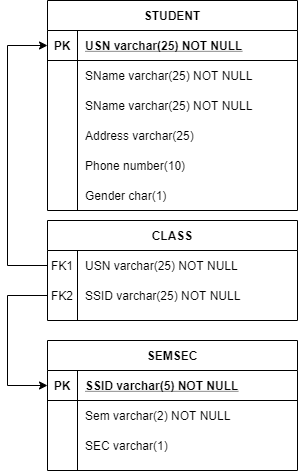
Before: CollageDatabase.png, a diagram exported from draw.io (akshit4/ER-Diagram). Source tidied: cells renumbered, new cells last; positions are measured from the earlier drawing's top-left corner, leaving out a move shared by most shapes.
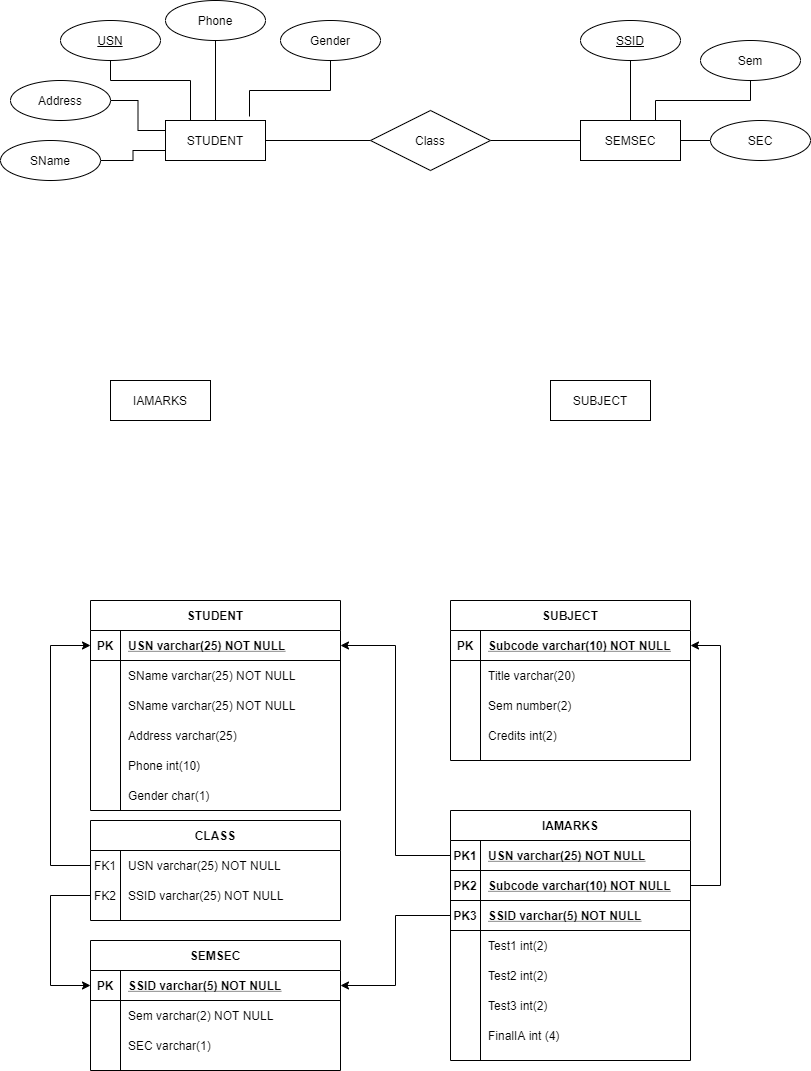
The same diagram one commit later.

What changed in the source:
```diff
@@ -98,7 +98,7 @@
     <mxCell id="33" style="shape=partialRectangle;overflow=hidden;fillColor=none;top=0;left=0;bottom=0;right=0;" parent="32" vertex="1">
       <mxGeometry width="30" height="30" as="geometry" />
     </mxCell>
-    <mxCell id="34" value="Phone number(10)" style="shape=partialRectangle;overflow=hidden;fillColor=none;top=0;left=0;bottom=0;right=0;align=left;spacingLeft=6;" parent="32" vertex="1">
+    <mxCell id="34" value="Phone int(10)" style="shape=partialRectangle;overflow=hidden;fillColor=none;top=0;left=0;bottom=0;right=0;align=left;spacingLeft=6;" parent="32" vertex="1">
       <mxGeometry x="30" width="220" height="30" as="geometry" />
     </mxCell>
     <mxCell id="35" style="shape=partialRectangle;fillColor=none;top=0;left=0;right=0;bottom=0;" parent="19" vertex="1">
@@ -126,5 +126,203 @@
         </Array>
       </mxGeometry>
     </mxCell>
+    <mxCell id="40" value="SUBJECT" style="shape=table;startSize=30;rowLines=0;fontStyle=1;align=center;" parent="1" vertex="1">
+      <mxGeometry x="400" width="240" height="160" as="geometry" />
+    </mxCell>
+    <mxCell id="41" style="shape=partialRectangle;fillColor=none;top=0;left=0;bottom=1;right=0;points=[[0,0.5],[1,0.5]];portConstraint=eastwest;" parent="40" vertex="1">
+      <mxGeometry y="30" width="240" height="30" as="geometry" />
+    </mxCell>
+    <mxCell id="42" value="PK" style="shape=partialRectangle;fillColor=none;top=0;left=0;bottom=0;right=0;fontStyle=1;overflow=hidden;" parent="41" vertex="1">
+      <mxGeometry width="30" height="30" as="geometry" />
+    </mxCell>
+    <mxCell id="43" value="Subcode varchar(10) NOT NULL" style="shape=partialRectangle;fillColor=none;top=0;left=0;bottom=0;right=0;align=left;spacingLeft=6;fontStyle=5;overflow=hidden;" parent="41" vertex="1">
+      <mxGeometry x="30" width="210" height="30" as="geometry" />
+    </mxCell>
+    <mxCell id="44" style="shape=partialRectangle;fillColor=none;top=0;left=0;bottom=0;right=0;" parent="40" vertex="1">
+      <mxGeometry y="60" width="240" height="30" as="geometry" />
+    </mxCell>
+    <mxCell id="45" style="shape=partialRectangle;fillColor=none;top=0;left=0;bottom=0;right=0;overflow=hidden;" parent="44" vertex="1">
+      <mxGeometry width="30" height="30" as="geometry" />
+    </mxCell>
+    <mxCell id="46" value="Title varchar(20)" style="shape=partialRectangle;fillColor=none;top=0;left=0;bottom=0;right=0;align=left;spacingLeft=6;overflow=hidden;" parent="44" vertex="1">
+      <mxGeometry x="30" width="210" height="30" as="geometry" />
+    </mxCell>
+    <mxCell id="47" style="shape=partialRectangle;fillColor=none;top=0;left=0;bottom=0;right=0;" parent="40" vertex="1">
+      <mxGeometry y="90" width="240" height="30" as="geometry" />
+    </mxCell>
+    <mxCell id="48" style="shape=partialRectangle;fillColor=none;top=0;left=0;bottom=0;right=0;overflow=hidden;" parent="47" vertex="1">
+      <mxGeometry width="30" height="30" as="geometry" />
+    </mxCell>
+    <mxCell id="49" value="Sem number(2)" style="shape=partialRectangle;fillColor=none;top=0;left=0;bottom=0;right=0;align=left;spacingLeft=6;overflow=hidden;" parent="47" vertex="1">
+      <mxGeometry x="30" width="210" height="30" as="geometry" />
+    </mxCell>
+    <mxCell id="50" style="shape=partialRectangle;fillColor=none;top=0;left=0;bottom=0;right=0;" parent="40" vertex="1">
+      <mxGeometry y="120" width="240" height="30" as="geometry" />
+    </mxCell>
+    <mxCell id="51" style="shape=partialRectangle;fillColor=none;top=0;left=0;bottom=0;right=0;overflow=hidden;" parent="50" vertex="1">
+      <mxGeometry width="30" height="30" as="geometry" />
+    </mxCell>
+    <mxCell id="52" value="Credits int(2)" style="shape=partialRectangle;fillColor=none;top=0;left=0;bottom=0;right=0;align=left;spacingLeft=6;overflow=hidden;" parent="50" vertex="1">
+      <mxGeometry x="30" width="210" height="30" as="geometry" />
+    </mxCell>
+    <mxCell id="53" value="IAMARKS" style="shape=table;startSize=30;rowLines=0;fontStyle=1;align=center;" parent="1" vertex="1">
+      <mxGeometry x="400" y="210" width="240" height="250" as="geometry" />
+    </mxCell>
+    <mxCell id="54" style="shape=partialRectangle;fillColor=none;top=0;left=0;bottom=1;right=0;points=[[0,0.5],[1,0.5]];portConstraint=eastwest;" parent="53" vertex="1">
+      <mxGeometry y="30" width="240" height="30" as="geometry" />
+    </mxCell>
+    <mxCell id="55" value="PK1" style="shape=partialRectangle;fillColor=none;top=0;left=0;bottom=0;right=0;fontStyle=1;overflow=hidden;" parent="54" vertex="1">
+      <mxGeometry width="30" height="30" as="geometry" />
+    </mxCell>
+    <mxCell id="56" value="USN varchar(25) NOT NULL" style="shape=partialRectangle;fillColor=none;top=0;left=0;bottom=0;right=0;align=left;spacingLeft=6;fontStyle=5;overflow=hidden;" parent="54" vertex="1">
+      <mxGeometry x="30" width="210" height="30" as="geometry" />
+    </mxCell>
+    <mxCell id="57" style="shape=partialRectangle;fillColor=none;top=0;left=0;bottom=1;right=0;points=[[0,0.5],[1,0.5]];portConstraint=eastwest;" parent="53" vertex="1">
+      <mxGeometry y="60" width="240" height="30" as="geometry" />
+    </mxCell>
+    <mxCell id="58" value="PK2" style="shape=partialRectangle;fillColor=none;top=0;left=0;bottom=0;right=0;fontStyle=1;overflow=hidden;" parent="57" vertex="1">
+      <mxGeometry width="30" height="30" as="geometry" />
+    </mxCell>
+    <mxCell id="59" value="Subcode varchar(10) NOT NULL" style="shape=partialRectangle;fillColor=none;top=0;left=0;bottom=0;right=0;align=left;spacingLeft=6;fontStyle=5;overflow=hidden;" parent="57" vertex="1">
+      <mxGeometry x="30" width="210" height="30" as="geometry" />
+    </mxCell>
+    <mxCell id="60" style="shape=partialRectangle;fillColor=none;top=0;left=0;bottom=1;right=0;points=[[0,0.5],[1,0.5]];portConstraint=eastwest;" parent="53" vertex="1">
+      <mxGeometry y="90" width="240" height="30" as="geometry" />
+    </mxCell>
+    <mxCell id="61" value="PK3" style="shape=partialRectangle;fillColor=none;top=0;left=0;bottom=0;right=0;fontStyle=1;overflow=hidden;" parent="60" vertex="1">
+      <mxGeometry width="30" height="30" as="geometry" />
+    </mxCell>
+    <mxCell id="62" value="SSID varchar(5) NOT NULL" style="shape=partialRectangle;fillColor=none;top=0;left=0;bottom=0;right=0;align=left;spacingLeft=6;fontStyle=5;overflow=hidden;" parent="60" vertex="1">
+      <mxGeometry x="30" width="210" height="30" as="geometry" />
+    </mxCell>
+    <mxCell id="63" style="shape=partialRectangle;fillColor=none;top=0;left=0;bottom=0;right=0;" parent="53" vertex="1">
+      <mxGeometry y="120" width="240" height="30" as="geometry" />
+    </mxCell>
+    <mxCell id="64" style="shape=partialRectangle;fillColor=none;top=0;left=0;bottom=0;right=0;overflow=hidden;" parent="63" vertex="1">
+      <mxGeometry width="30" height="30" as="geometry" />
+    </mxCell>
+    <mxCell id="65" value="Test1 int(2)" style="shape=partialRectangle;fillColor=none;top=0;left=0;bottom=0;right=0;align=left;spacingLeft=6;overflow=hidden;" parent="63" vertex="1">
+      <mxGeometry x="30" width="210" height="30" as="geometry" />
+    </mxCell>
+    <mxCell id="66" style="shape=partialRectangle;fillColor=none;top=0;left=0;bottom=0;right=0;" parent="53" vertex="1">
+      <mxGeometry y="150" width="240" height="30" as="geometry" />
+    </mxCell>
+    <mxCell id="67" style="shape=partialRectangle;fillColor=none;top=0;left=0;bottom=0;right=0;overflow=hidden;" parent="66" vertex="1">
+      <mxGeometry width="30" height="30" as="geometry" />
+    </mxCell>
+    <mxCell id="68" value="Test2 int(2)" style="shape=partialRectangle;fillColor=none;top=0;left=0;bottom=0;right=0;align=left;spacingLeft=6;overflow=hidden;" parent="66" vertex="1">
+      <mxGeometry x="30" width="210" height="30" as="geometry" />
+    </mxCell>
+    <mxCell id="69" style="shape=partialRectangle;fillColor=none;top=0;left=0;bottom=0;right=0;" parent="53" vertex="1">
+      <mxGeometry y="180" width="240" height="30" as="geometry" />
+    </mxCell>
+    <mxCell id="70" style="shape=partialRectangle;fillColor=none;top=0;left=0;bottom=0;right=0;overflow=hidden;" parent="69" vertex="1">
+      <mxGeometry width="30" height="30" as="geometry" />
+    </mxCell>
+    <mxCell id="71" value="Test3 int(2)" style="shape=partialRectangle;fillColor=none;top=0;left=0;bottom=0;right=0;align=left;spacingLeft=6;overflow=hidden;" parent="69" vertex="1">
+      <mxGeometry x="30" width="210" height="30" as="geometry" />
+    </mxCell>
+    <mxCell id="72" style="shape=partialRectangle;fillColor=none;top=0;left=0;bottom=0;right=0;" parent="53" vertex="1">
+      <mxGeometry y="210" width="240" height="30" as="geometry" />
+    </mxCell>
+    <mxCell id="73" style="shape=partialRectangle;fillColor=none;top=0;left=0;bottom=0;right=0;overflow=hidden;" parent="72" vertex="1">
+      <mxGeometry width="30" height="30" as="geometry" />
+    </mxCell>
+    <mxCell id="74" value="FinalIA int (4)" style="shape=partialRectangle;fillColor=none;top=0;left=0;bottom=0;right=0;align=left;spacingLeft=6;overflow=hidden;" parent="72" vertex="1">
+      <mxGeometry x="30" width="210" height="30" as="geometry" />
+    </mxCell>
+    <mxCell id="75" style="edgeStyle=orthogonalEdgeStyle;rounded=0;jettySize=auto;html=1;exitX=0;exitY=0.5;exitDx=0;exitDy=0;entryX=1;entryY=0.5;entryDx=0;entryDy=0;" parent="1" edge="1" source="54" target="20">
+      <mxGeometry relative="1" as="geometry" />
+    </mxCell>
+    <mxCell id="76" style="edgeStyle=orthogonalEdgeStyle;rounded=0;jettySize=auto;html=1;exitX=1;exitY=0.5;exitDx=0;exitDy=0;entryX=1;entryY=0.5;entryDx=0;entryDy=0;" parent="1" edge="1" source="57" target="41">
+      <mxGeometry relative="1" as="geometry">
+        <Array as="points">
+          <mxPoint x="670" y="285" />
+          <mxPoint x="670" y="45" />
+        </Array>
+      </mxGeometry>
+    </mxCell>
+    <mxCell id="77" style="edgeStyle=orthogonalEdgeStyle;rounded=0;jettySize=auto;html=1;exitX=0;exitY=0.5;exitDx=0;exitDy=0;" parent="1" edge="1" source="60" target="3">
+      <mxGeometry relative="1" as="geometry" />
+    </mxCell>
+    <mxCell id="78" style="edgeStyle=orthogonalEdgeStyle;jettySize=auto;html=1;exitX=0;exitY=0.75;exitDx=0;exitDy=0;rounded=0;startArrow=none;startFill=0;endArrow=none;endFill=0;" parent="1" edge="1" source="80" target="93">
+      <mxGeometry relative="1" as="geometry" />
+    </mxCell>
+    <mxCell id="79" style="edgeStyle=orthogonalEdgeStyle;rounded=0;jettySize=auto;html=1;exitX=1;exitY=0.5;exitDx=0;exitDy=0;startArrow=none;startFill=0;endArrow=none;endFill=0;" parent="1" edge="1" source="80" target="100">
+      <mxGeometry relative="1" as="geometry" />
+    </mxCell>
+    <mxCell id="80" value="STUDENT" style="whiteSpace=wrap;html=1;align=center;" parent="1" vertex="1">
+      <mxGeometry x="115" y="-480" width="100" height="40" as="geometry" />
+    </mxCell>
+    <mxCell id="81" value="IAMARKS" style="whiteSpace=wrap;html=1;align=center;" parent="1" vertex="1">
+      <mxGeometry x="60" y="-220" width="100" height="40" as="geometry" />
+    </mxCell>
+    <mxCell id="82" style="edgeStyle=orthogonalEdgeStyle;rounded=0;jettySize=auto;html=1;exitX=1;exitY=0.5;exitDx=0;exitDy=0;startArrow=none;startFill=0;endArrow=none;endFill=0;" parent="1" edge="1" source="83" target="96">
+      <mxGeometry relative="1" as="geometry" />
+    </mxCell>
+    <mxCell id="83" value="SEMSEC" style="whiteSpace=wrap;html=1;align=center;" parent="1" vertex="1">
+      <mxGeometry x="530" y="-480" width="100" height="40" as="geometry" />
+    </mxCell>
+    <mxCell id="84" value="SUBJECT" style="whiteSpace=wrap;html=1;align=center;" parent="1" vertex="1">
+      <mxGeometry x="500" y="-220" width="100" height="40" as="geometry" />
+    </mxCell>
+    <mxCell id="85" style="edgeStyle=orthogonalEdgeStyle;rounded=0;jettySize=auto;html=1;exitX=1;exitY=0.5;exitDx=0;exitDy=0;entryX=0;entryY=0.25;entryDx=0;entryDy=0;startArrow=none;startFill=0;endArrow=none;endFill=0;" parent="1" edge="1" source="86" target="80">
+      <mxGeometry relative="1" as="geometry" />
+    </mxCell>
+    <mxCell id="86" value="Address" style="ellipse;whiteSpace=wrap;html=1;align=center;" parent="1" vertex="1">
+      <mxGeometry x="-40" y="-520" width="100" height="40" as="geometry" />
+    </mxCell>
+    <mxCell id="87" style="edgeStyle=orthogonalEdgeStyle;rounded=0;jettySize=auto;html=1;exitX=0.5;exitY=1;exitDx=0;exitDy=0;entryX=0.25;entryY=0;entryDx=0;entryDy=0;startArrow=none;startFill=0;endArrow=none;endFill=0;" parent="1" edge="1" source="88" target="80">
+      <mxGeometry relative="1" as="geometry">
+        <Array as="points">
+          <mxPoint x="60" y="-520" />
+          <mxPoint x="140" y="-520" />
+        </Array>
+      </mxGeometry>
+    </mxCell>
+    <mxCell id="88" value="USN" style="ellipse;whiteSpace=wrap;html=1;align=center;fontStyle=4;" parent="1" vertex="1">
+      <mxGeometry x="10" y="-580" width="100" height="40" as="geometry" />
+    </mxCell>
+    <mxCell id="89" style="edgeStyle=orthogonalEdgeStyle;rounded=0;jettySize=auto;html=1;exitX=0.5;exitY=1;exitDx=0;exitDy=0;startArrow=none;startFill=0;endArrow=none;endFill=0;entryX=0.5;entryY=0;entryDx=0;entryDy=0;" parent="1" edge="1" source="90" target="80">
+      <mxGeometry relative="1" as="geometry" />
+    </mxCell>
+    <mxCell id="90" value="Phone" style="ellipse;whiteSpace=wrap;html=1;align=center;" parent="1" vertex="1">
+      <mxGeometry x="115" y="-600" width="100" height="40" as="geometry" />
+    </mxCell>
+    <mxCell id="91" style="edgeStyle=orthogonalEdgeStyle;rounded=0;jettySize=auto;html=1;exitX=0.5;exitY=1;exitDx=0;exitDy=0;entryX=0.5;entryY=0;entryDx=0;entryDy=0;startArrow=none;startFill=0;endArrow=none;endFill=0;" parent="1" edge="1" source="92" target="83">
+      <mxGeometry relative="1" as="geometry" />
+    </mxCell>
+    <mxCell id="92" value="SSID" style="ellipse;whiteSpace=wrap;html=1;align=center;fontStyle=4;" parent="1" vertex="1">
+      <mxGeometry x="530" y="-580" width="100" height="40" as="geometry" />
+    </mxCell>
+    <mxCell id="93" value="SName" style="ellipse;whiteSpace=wrap;html=1;align=center;" parent="1" vertex="1">
+      <mxGeometry x="-50" y="-460" width="100" height="40" as="geometry" />
+    </mxCell>
+    <mxCell id="94" style="edgeStyle=orthogonalEdgeStyle;rounded=0;jettySize=auto;html=1;exitX=0.5;exitY=1;exitDx=0;exitDy=0;entryX=0.84;entryY=-0.1;entryDx=0;entryDy=0;entryPerimeter=0;startArrow=none;startFill=0;endArrow=none;endFill=0;" parent="1" edge="1" source="95" target="80">
+      <mxGeometry relative="1" as="geometry" />
+    </mxCell>
+    <mxCell id="95" value="Gender" style="ellipse;whiteSpace=wrap;html=1;align=center;" parent="1" vertex="1">
+      <mxGeometry x="230" y="-580" width="100" height="40" as="geometry" />
+    </mxCell>
+    <mxCell id="96" value="SEC" style="ellipse;whiteSpace=wrap;html=1;align=center;" parent="1" vertex="1">
+      <mxGeometry x="660" y="-480" width="100" height="40" as="geometry" />
+    </mxCell>
+    <mxCell id="97" style="edgeStyle=orthogonalEdgeStyle;rounded=0;jettySize=auto;html=1;exitX=0.5;exitY=1;exitDx=0;exitDy=0;entryX=0.75;entryY=0;entryDx=0;entryDy=0;startArrow=none;startFill=0;endArrow=none;endFill=0;" parent="1" edge="1" source="98" target="83">
+      <mxGeometry relative="1" as="geometry">
+        <Array as="points">
+          <mxPoint x="700" y="-500" />
+          <mxPoint x="605" y="-500" />
+        </Array>
+      </mxGeometry>
+    </mxCell>
+    <mxCell id="98" value="Sem" style="ellipse;whiteSpace=wrap;html=1;align=center;" parent="1" vertex="1">
+      <mxGeometry x="650" y="-560" width="100" height="40" as="geometry" />
+    </mxCell>
+    <mxCell id="99" style="edgeStyle=orthogonalEdgeStyle;rounded=0;jettySize=auto;html=1;exitX=1;exitY=0.5;exitDx=0;exitDy=0;entryX=0;entryY=0.5;entryDx=0;entryDy=0;startArrow=none;startFill=0;endArrow=none;endFill=0;" parent="1" edge="1" source="100" target="83">
+      <mxGeometry relative="1" as="geometry" />
+    </mxCell>
+    <mxCell id="100" value="Class" style="shape=rhombus;perimeter=rhombusPerimeter;whiteSpace=wrap;html=1;align=center;" parent="1" vertex="1">
+      <mxGeometry x="320" y="-490" width="120" height="60" as="geometry" />
+    </mxCell>
   </root>
 </mxGraphModel>
```
